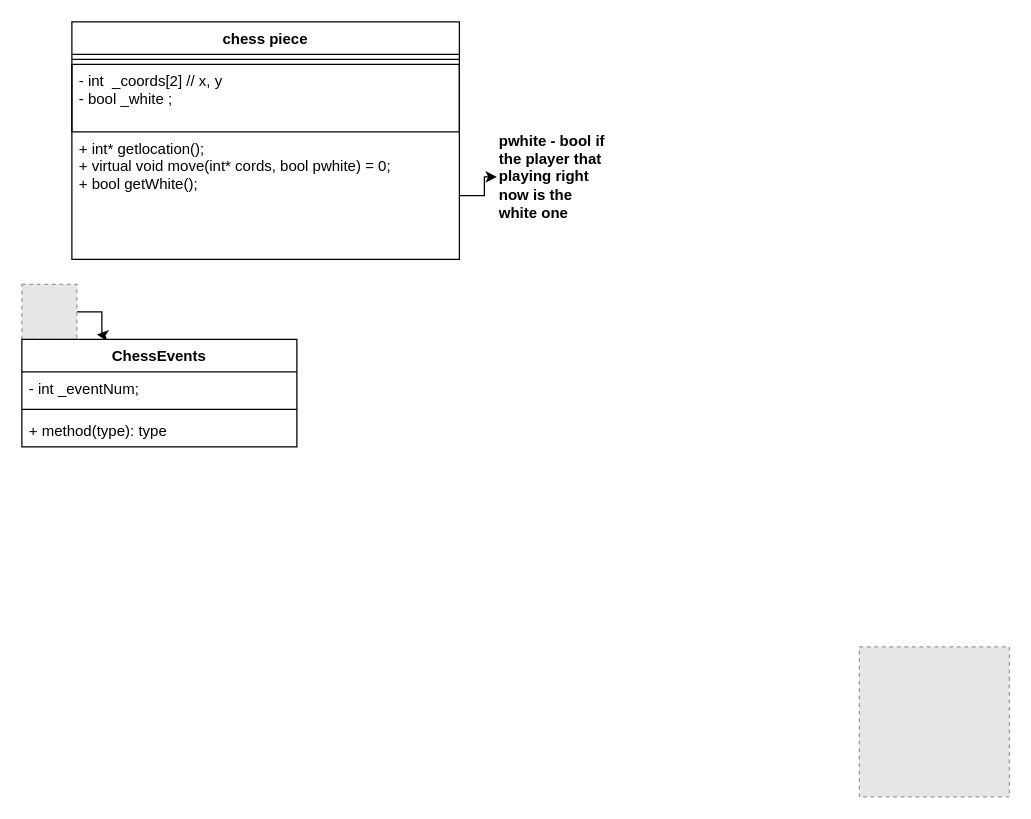
Before: page "Object Chess piece" (1 of 2) of Untitled Diagram.drawio in nadav26740/checkmate-adamnadav, a draw.io diagram. Source tidied: cells renumbered, new cells numbered last; positions are measured from the earlier drawing's top-left corner, leaving out a move shared by most shapes. Both pictures are drawn from the tidied source at 125%, with x=0, y=0 at pixel (21, 21). Pictures stored in the file or linked from it are replaced by grey dashed boxes.
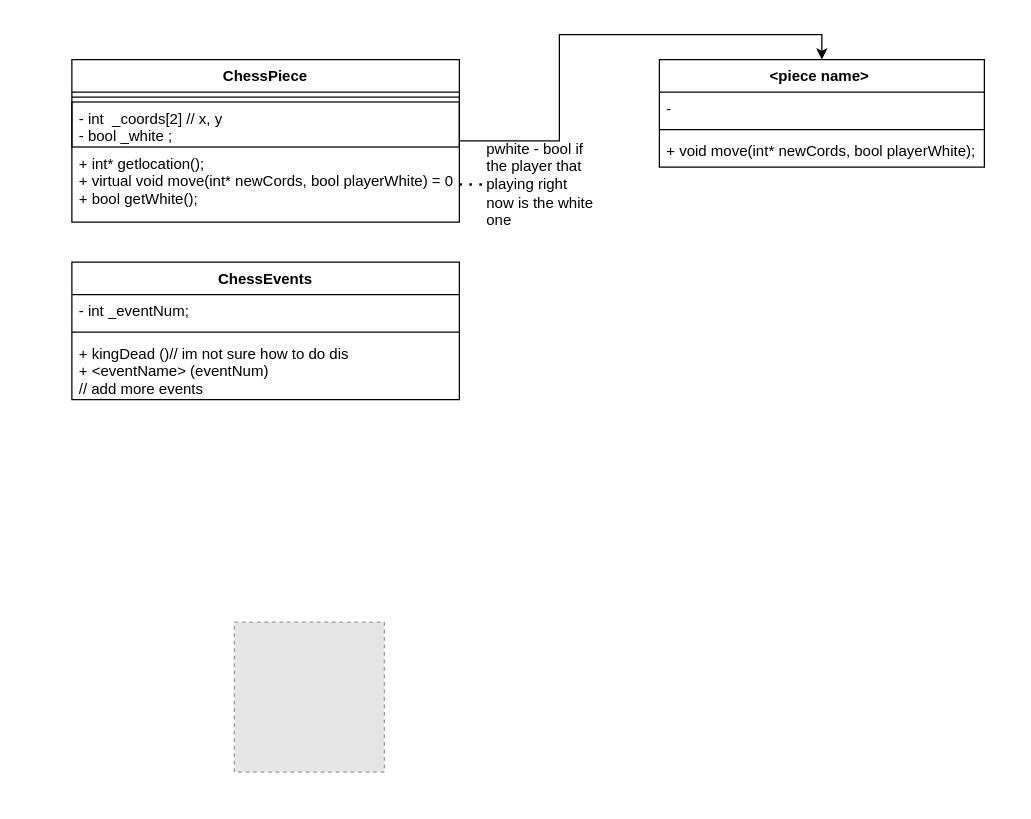
The same diagram, later.

Commit message (it also covers changes not shown here):
refined old objects added general piece object objects Diagram

The edit, as a diff of the source:
```diff
@@
 <mxGraphModel background="#ffffff">
   <root>
     <mxCell id="0" />
     <mxCell id="1" parent="0" />
+    <mxCell id="15" style="edgeStyle=orthogonalEdgeStyle;rounded=0;jettySize=auto;html=1;entryX=0.5;entryY=0;entryDx=0;entryDy=0;" parent="1" edge="1" source="2" target="16">
+      <mxGeometry relative="1" as="geometry" />
+    </mxCell>
-    <mxCell id="2" value="chess piece" style="swimlane;fontStyle=1;align=center;verticalAlign=top;horizontal=1;startSize=26;rounded=0;shadow=0;glass=0;sketch=0;" parent="1" vertex="1">
-      <mxGeometry x="40" width="310" height="190" as="geometry" />
+    <mxCell id="2" value="ChessPiece" style="swimlane;fontStyle=1;align=center;verticalAlign=top;horizontal=1;startSize=26;rounded=0;shadow=0;glass=0;sketch=0;" parent="1" vertex="1">
+      <mxGeometry x="40" y="30.1" width="310" height="130" as="geometry" />
     </mxCell>
     <mxCell id="3" style="line;strokeWidth=1;fillColor=none;align=left;verticalAlign=middle;spacingTop=-1;spacingLeft=3;spacingRight=3;labelPosition=right;" parent="2" vertex="1">
       <mxGeometry y="26" width="310" height="8" as="geometry" />
     </mxCell>
     <mxCell id="4" value="- int  _coords[2] // x, y&#10;- bool _white ;&#10;" style="text;fillColor=none;align=left;verticalAlign=top;spacingLeft=4;spacingRight=4;overflow=hidden;strokeColor=#000000;" parent="2" vertex="1">
-      <mxGeometry y="34" width="310" height="54" as="geometry" />
+      <mxGeometry y="34" width="310" height="36" as="geometry" />
     </mxCell>
-    <mxCell id="5" value="+ int* getlocation();&#10;+ virtual void move(int* cords, bool pwhite) = 0;&#10;+ bool getWhite();&#10;" style="text;strokeColor=none;fillColor=none;align=left;verticalAlign=top;spacingLeft=4;spacingRight=4;overflow=hidden;points=[[0,0.5],[1,0.5]];portConstraint=eastwest;" parent="2" vertex="1">
-      <mxGeometry y="88" width="310" height="102" as="geometry" />
+    <mxCell id="5" value="+ int* getlocation();&#10;+ virtual void move(int* newCords, bool playerWhite) = 0;&#10;+ bool getWhite();&#10;" style="text;strokeColor=none;fillColor=none;align=left;verticalAlign=top;spacingLeft=4;spacingRight=4;overflow=hidden;points=[[0,0.5],[1,0.5]];portConstraint=eastwest;" parent="2" vertex="1">
+      <mxGeometry y="70" width="310" height="60" as="geometry" />
     </mxCell>
-    <mxCell id="6" value="&lt;b&gt;pwhite - bool if the player that playing right now is the white one&lt;/b&gt;" style="text;html=1;strokeColor=none;fillColor=none;align=left;verticalAlign=middle;whiteSpace=wrap;rounded=0;shadow=0;glass=0;sketch=0;" parent="1" vertex="1">
-      <mxGeometry x="380" y="88" width="90" height="72" as="geometry" />
+    <mxCell id="6" value="pwhite - bool if the player that playing right now is the white one" style="text;html=1;align=left;verticalAlign=middle;whiteSpace=wrap;rounded=0;shadow=0;glass=0;sketch=0;" parent="1" vertex="1">
+      <mxGeometry x="370" y="94.1" width="90" height="72" as="geometry" />
     </mxCell>
-    <mxCell id="7" style="edgeStyle=orthogonalEdgeStyle;rounded=0;jettySize=auto;html=1;exitX=1;exitY=0.5;exitDx=0;exitDy=0;" parent="1" edge="1" source="5" target="6">
-      <mxGeometry relative="1" as="geometry" />
-    </mxCell>
-    <mxCell id="8" style="edgeStyle=orthogonalEdgeStyle;rounded=0;jettySize=auto;html=1;" parent="1" edge="1" source="9">
-      <mxGeometry relative="1" as="geometry">
-        <mxPoint x="60" y="250" as="targetPoint" />
-      </mxGeometry>
-    </mxCell>
-    <mxCell id="9" style="fillColor=#E6E6E6;strokeColor=#999999;dashed=1;html=1;verticalAlign=top;verticalLabelPosition=bottom;labelBackgroundColor=#ffffff;" parent="1" vertex="1">
-      <mxGeometry y="210" width="44" height="44" as="geometry" />
-    </mxCell>
     <mxCell id="10" value="ChessEvents&#10;" style="swimlane;fontStyle=1;align=center;verticalAlign=top;horizontal=1;startSize=26;rounded=0;shadow=0;glass=0;sketch=0;strokeColor=#000000;" parent="1" vertex="1">
-      <mxGeometry y="254" width="220" height="86" as="geometry" />
+      <mxGeometry x="40" y="192.1" width="310" height="110" as="geometry" />
     </mxCell>
     <mxCell id="11" value="- int _eventNum;" style="text;strokeColor=none;fillColor=none;align=left;verticalAlign=top;spacingLeft=4;spacingRight=4;overflow=hidden;" parent="10" vertex="1">
-      <mxGeometry y="26" width="220" height="26" as="geometry" />
+      <mxGeometry y="26" width="310" height="26" as="geometry" />
     </mxCell>
     <mxCell id="12" style="line;strokeWidth=1;fillColor=none;align=left;verticalAlign=middle;spacingTop=-1;spacingLeft=3;spacingRight=3;labelPosition=right;" parent="10" vertex="1">
-      <mxGeometry y="52" width="220" height="8" as="geometry" />
+      <mxGeometry y="52" width="310" height="8" as="geometry" />
     </mxCell>
-    <mxCell id="13" value="+ method(type): type" style="text;strokeColor=none;fillColor=none;align=left;verticalAlign=top;spacingLeft=4;spacingRight=4;overflow=hidden;" parent="10" vertex="1">
-      <mxGeometry y="60" width="220" height="26" as="geometry" />
+    <mxCell id="13" value="+ kingDead ()// im not sure how to do dis&#10;+ &lt;eventName&gt; (eventNum)&#10;// add more events" style="text;strokeColor=none;fillColor=none;align=left;verticalAlign=top;spacingLeft=4;spacingRight=4;overflow=hidden;" parent="10" vertex="1">
+      <mxGeometry y="60" width="310" height="50" as="geometry" />
     </mxCell>
     <mxCell id="14" style="fillColor=#E6E6E6;strokeColor=#999999;dashed=1;html=1;verticalAlign=top;verticalLabelPosition=bottom;labelBackgroundColor=#ffffff;" parent="1" vertex="1">
-      <mxGeometry x="670" y="500" width="120" height="120" as="geometry" />
+      <mxGeometry x="170" y="480.1" width="120" height="120" as="geometry" />
     </mxCell>
+    <mxCell id="16" value="&lt;piece name&gt; " style="swimlane;fontStyle=1;align=center;verticalAlign=top;horizontal=1;startSize=26;" parent="1" vertex="1">
+      <mxGeometry x="510" y="30.1" width="260" height="86" as="geometry" />
+    </mxCell>
+    <mxCell id="17" value="-" style="text;strokeColor=none;fillColor=none;align=left;verticalAlign=top;spacingLeft=4;spacingRight=4;overflow=hidden;" parent="16" vertex="1">
+      <mxGeometry y="26" width="260" height="26" as="geometry" />
+    </mxCell>
+    <mxCell id="18" style="line;strokeWidth=1;fillColor=none;align=left;verticalAlign=middle;spacingTop=-1;spacingLeft=3;spacingRight=3;labelPosition=right;" parent="16" vertex="1">
+      <mxGeometry y="52" width="260" height="8" as="geometry" />
+    </mxCell>
+    <mxCell id="19" value="+ void move(int* newCords, bool playerWhite);" style="text;strokeColor=none;fillColor=none;align=left;verticalAlign=top;spacingLeft=4;spacingRight=4;overflow=hidden;" parent="16" vertex="1">
+      <mxGeometry y="60" width="260" height="26" as="geometry" />
+    </mxCell>
+    <mxCell id="20" style="endArrow=none;dashed=1;html=1;dashPattern=1 3;strokeWidth=2;entryX=0;entryY=0.5;entryDx=0;entryDy=0;" parent="1" edge="1" target="6">
+      <mxGeometry relative="1" as="geometry">
+        <mxPoint x="350" y="130" as="sourcePoint" />
+      </mxGeometry>
+    </mxCell>
   </root>
 </mxGraphModel>
```
